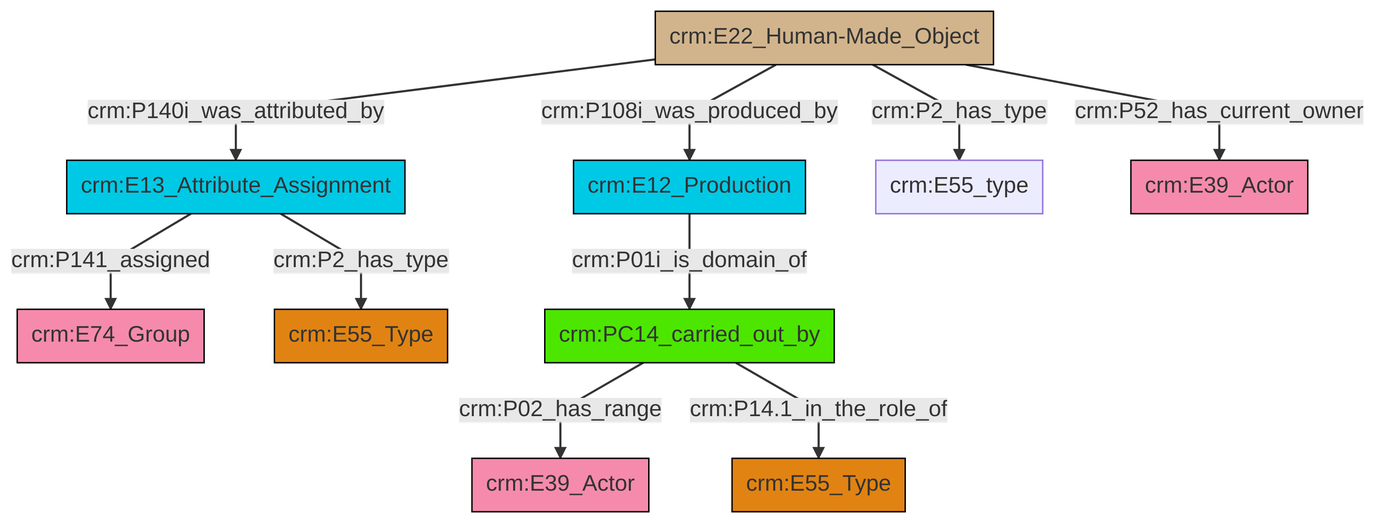
This is et/builtWorkCSV/ttl/mmd/png/Built_Work_actor_relations.png from swiss-art-research-net/reference-data-models, a Mermaid export, as it was before one commit. Its source is kept beside it as et/builtWorkCSV/ttl/mmd/Built_Work_actor_relations.ttl.mmd.
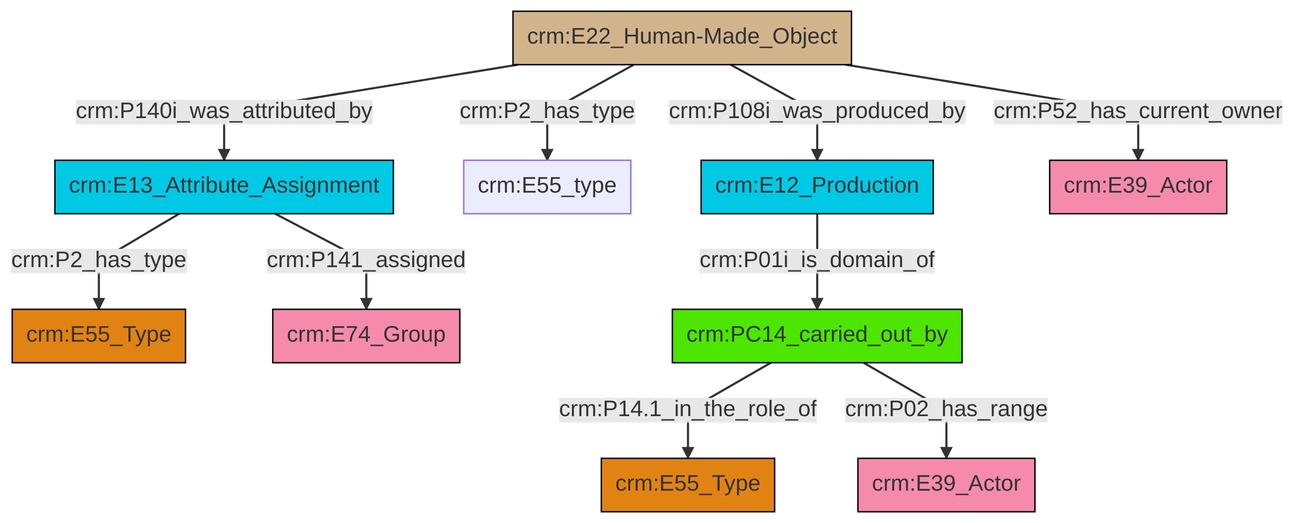
The same diagram one commit later.

Diff of the diagram source:
```diff
@@ -13,12 +13,12 @@
 classDef PC_Classes fill:#4ce600, stroke:#000000;
 classDef Multi fill:#cccccc,stroke:#000000;
 
-2["crm:E22_Human-Made_Object"]:::Physical_Thing -->|crm:P108i_was_produced_by| 3["crm:E12_Production"]:::Temporal_Entity
-0["crm:E13_Attribute_Assignment"]:::Temporal_Entity -->|crm:P141_assigned| 4["crm:E74_Group"]:::Actor
-12["crm:PC14_carried_out_by"]:::PC_Classes -->|crm:P02_has_range| 13["crm:E39_Actor"]:::Actor
-2["crm:E22_Human-Made_Object"]:::Physical_Thing -->|crm:P140i_was_attributed_by| 0["crm:E13_Attribute_Assignment"]:::Temporal_Entity
-2["crm:E22_Human-Made_Object"]:::Physical_Thing -->|crm:P2_has_type| 5["crm:E55_type"]:::Default
-0["crm:E13_Attribute_Assignment"]:::Temporal_Entity -->|crm:P2_has_type| 7["crm:E55_Type"]:::Type
-3["crm:E12_Production"]:::Temporal_Entity -->|crm:P01i_is_domain_of| 12["crm:PC14_carried_out_by"]:::PC_Classes
-12["crm:PC14_carried_out_by"]:::PC_Classes -->|crm:P14.1_in_the_role_of| 10["crm:E55_Type"]:::Type
-2["crm:E22_Human-Made_Object"]:::Physical_Thing -->|crm:P52_has_current_owner| 17["crm:E39_Actor"]:::Actor
+4["crm:E13_Attribute_Assignment"]:::Temporal_Entity -->|crm:P141_assigned| 5["crm:E74_Group"]:::Actor
+4["crm:E13_Attribute_Assignment"]:::Temporal_Entity -->|crm:P2_has_type| 2["crm:E55_Type"]:::Type
+8["crm:E22_Human-Made_Object"]:::Physical_Thing -->|crm:P2_has_type| 9["crm:E55_type"]:::Default
+8["crm:E22_Human-Made_Object"]:::Physical_Thing -->|crm:P108i_was_produced_by| 12["crm:E12_Production"]:::Temporal_Entity
+6["crm:PC14_carried_out_by"]:::PC_Classes -->|crm:P14.1_in_the_role_of| 13["crm:E55_Type"]:::Type
+8["crm:E22_Human-Made_Object"]:::Physical_Thing -->|crm:P140i_was_attributed_by| 4["crm:E13_Attribute_Assignment"]:::Temporal_Entity
+8["crm:E22_Human-Made_Object"]:::Physical_Thing -->|crm:P52_has_current_owner| 15["crm:E39_Actor"]:::Actor
+12["crm:E12_Production"]:::Temporal_Entity -->|crm:P01i_is_domain_of| 6["crm:PC14_carried_out_by"]:::PC_Classes
+6["crm:PC14_carried_out_by"]:::PC_Classes -->|crm:P02_has_range| 0["crm:E39_Actor"]:::Actor
```
